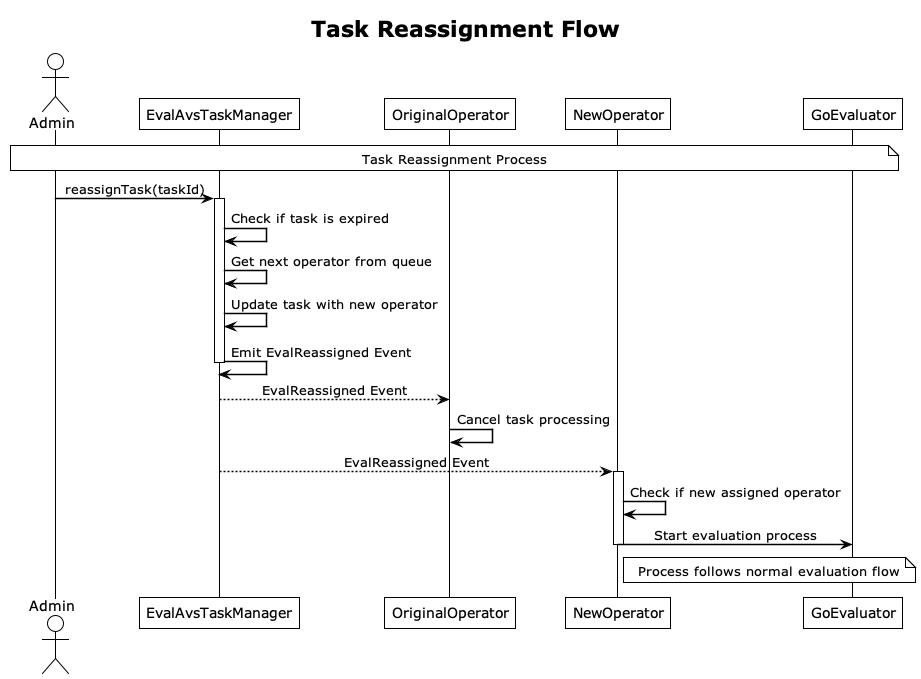
This is custom-diagrams/diagrams/avs-reassignment-flow.png from k-g-j/ll-sequence-diagrams, a PlantUML export, as it was before one commit. Source of this version:
```plantuml
@startuml avs-reassignment-flow

!theme plain
skinparam backgroundColor white
skinparam defaultTextAlignment center

skinparam handwritten false
skinparam shadowing false
skinparam roundCorner 0

skinparam linetype ortho
skinparam ParticipantPadding 20
skinparam SequenceBoxPadding 10

skinparam ArrowColor black
skinparam ArrowThickness 1.5

title Task Reassignment Flow

actor Admin
participant "EvalAvsTaskManager" as TaskManager
participant "OriginalOperator" as OriginalOperator
participant "NewOperator" as NewOperator
participant "GoEvaluator" as GoEvaluator

note over Admin, GoEvaluator: Task Reassignment Process

Admin -> TaskManager: reassignTask(taskId)
activate TaskManager
TaskManager -> TaskManager: Check if task is expired
TaskManager -> TaskManager: Get next operator from queue
TaskManager -> TaskManager: Update task with new operator
TaskManager -> TaskManager: Emit EvalReassigned Event
deactivate TaskManager

TaskManager --> OriginalOperator: EvalReassigned Event
OriginalOperator -> OriginalOperator: Cancel task processing

TaskManager --> NewOperator: EvalReassigned Event
activate NewOperator
NewOperator -> NewOperator: Check if new assigned operator
NewOperator -> GoEvaluator: Start evaluation process
note right of NewOperator: Process follows normal evaluation flow
deactivate NewOperator
@enduml
```
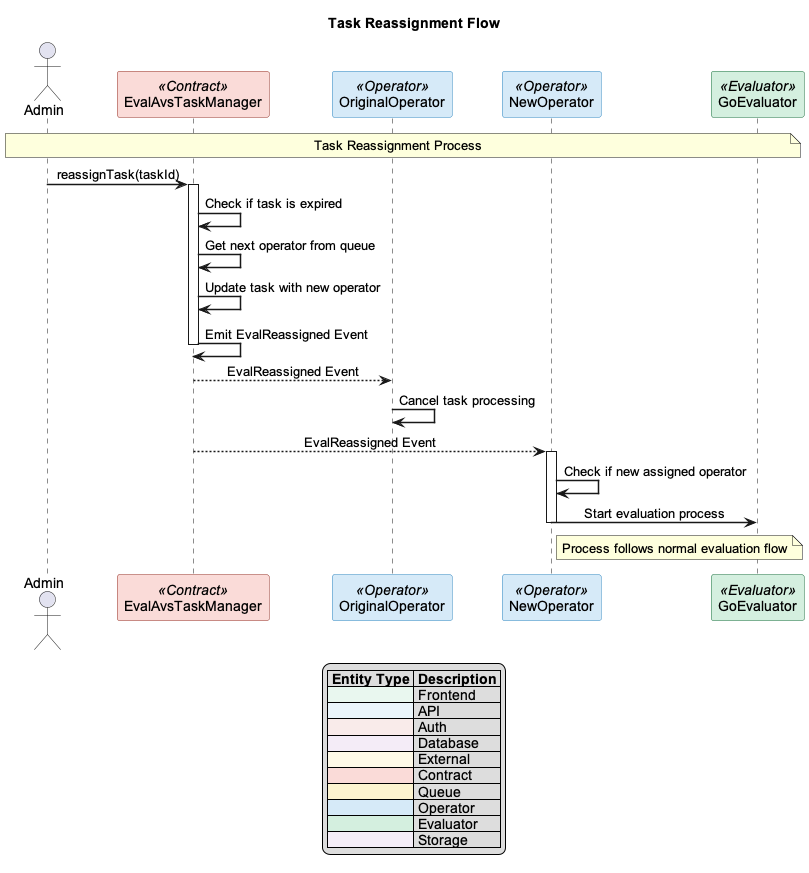
The same file after the commit.

What changed in the source:
```diff
@@ -1,27 +1,19 @@
 @startuml avs-reassignment-flow
 
-!theme plain
-skinparam backgroundColor white
-skinparam defaultTextAlignment center
-
-skinparam handwritten false
-skinparam shadowing false
-skinparam roundCorner 0
+!include common-style.puml
 
 skinparam linetype ortho
 skinparam ParticipantPadding 20
 skinparam SequenceBoxPadding 10
-
-skinparam ArrowColor black
 skinparam ArrowThickness 1.5
 
 title Task Reassignment Flow
 
 actor Admin
-participant "EvalAvsTaskManager" as TaskManager
-participant "OriginalOperator" as OriginalOperator
-participant "NewOperator" as NewOperator
-participant "GoEvaluator" as GoEvaluator
+participant "EvalAvsTaskManager" as TaskManager <<Contract>>
+participant "OriginalOperator" as OriginalOperator <<Operator>>
+participant "NewOperator" as NewOperator <<Operator>>
+participant "GoEvaluator" as GoEvaluator <<Evaluator>>
 
 note over Admin, GoEvaluator: Task Reassignment Process
 
```
